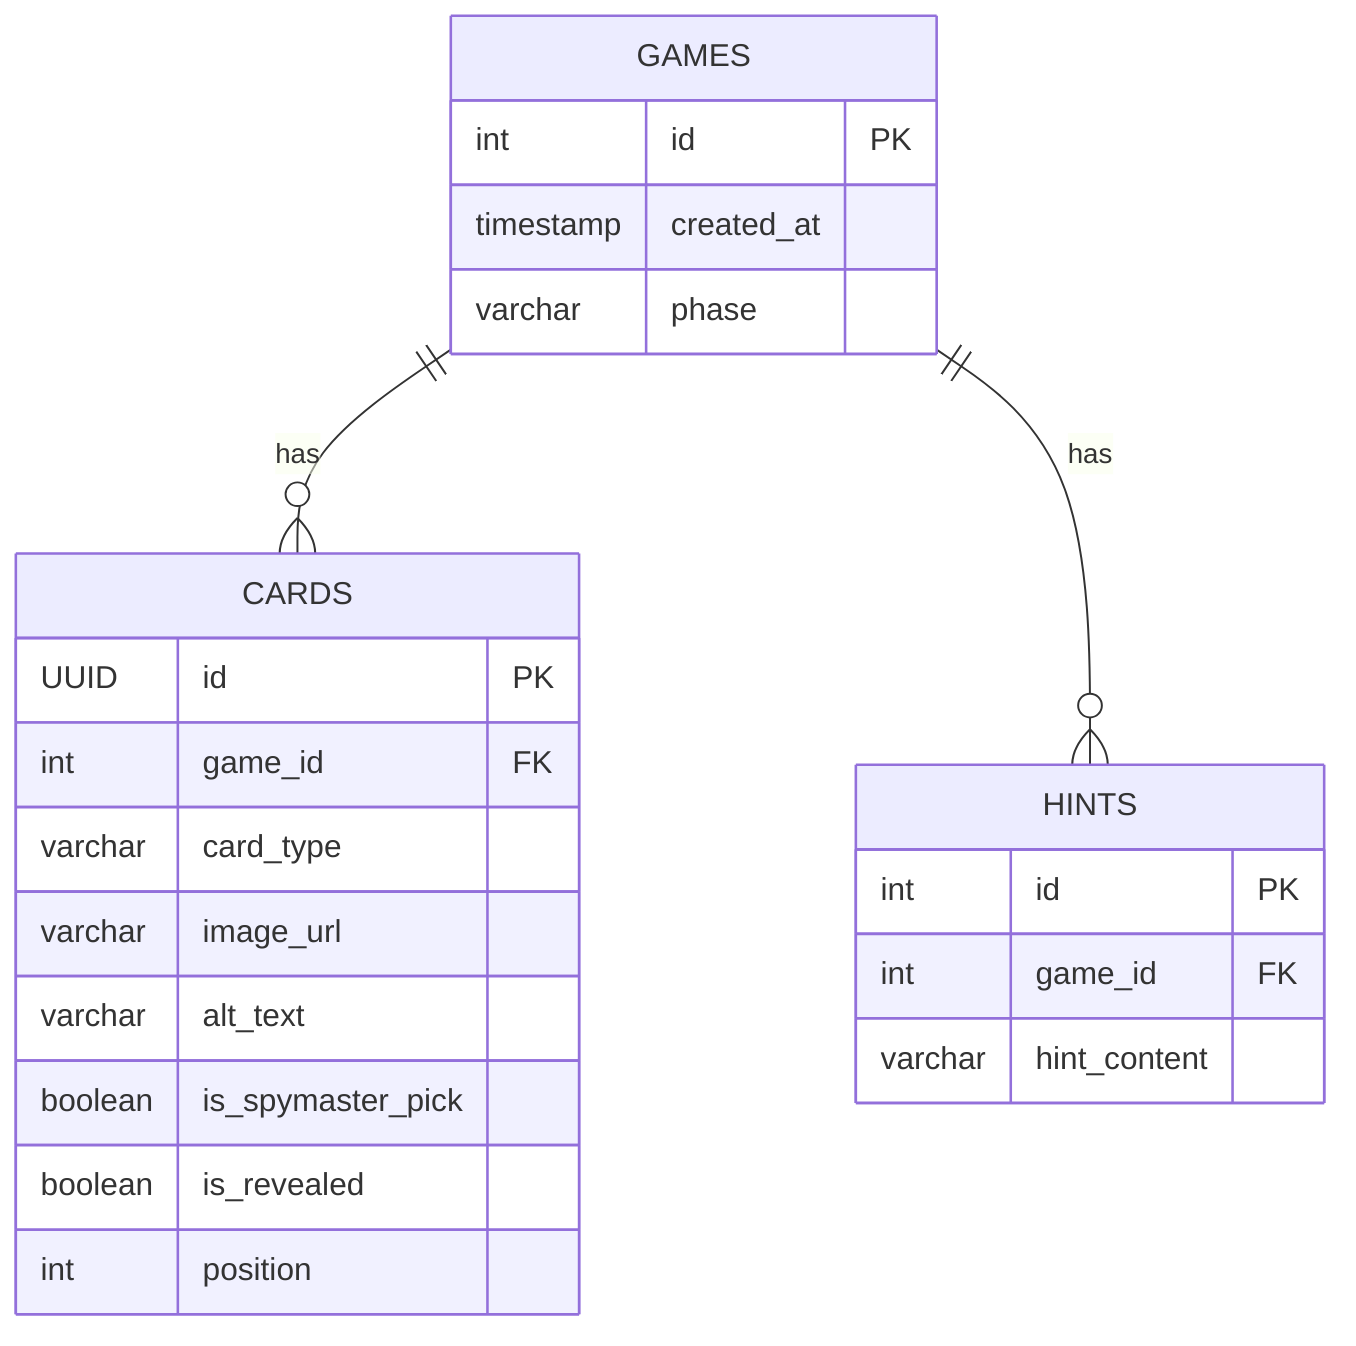
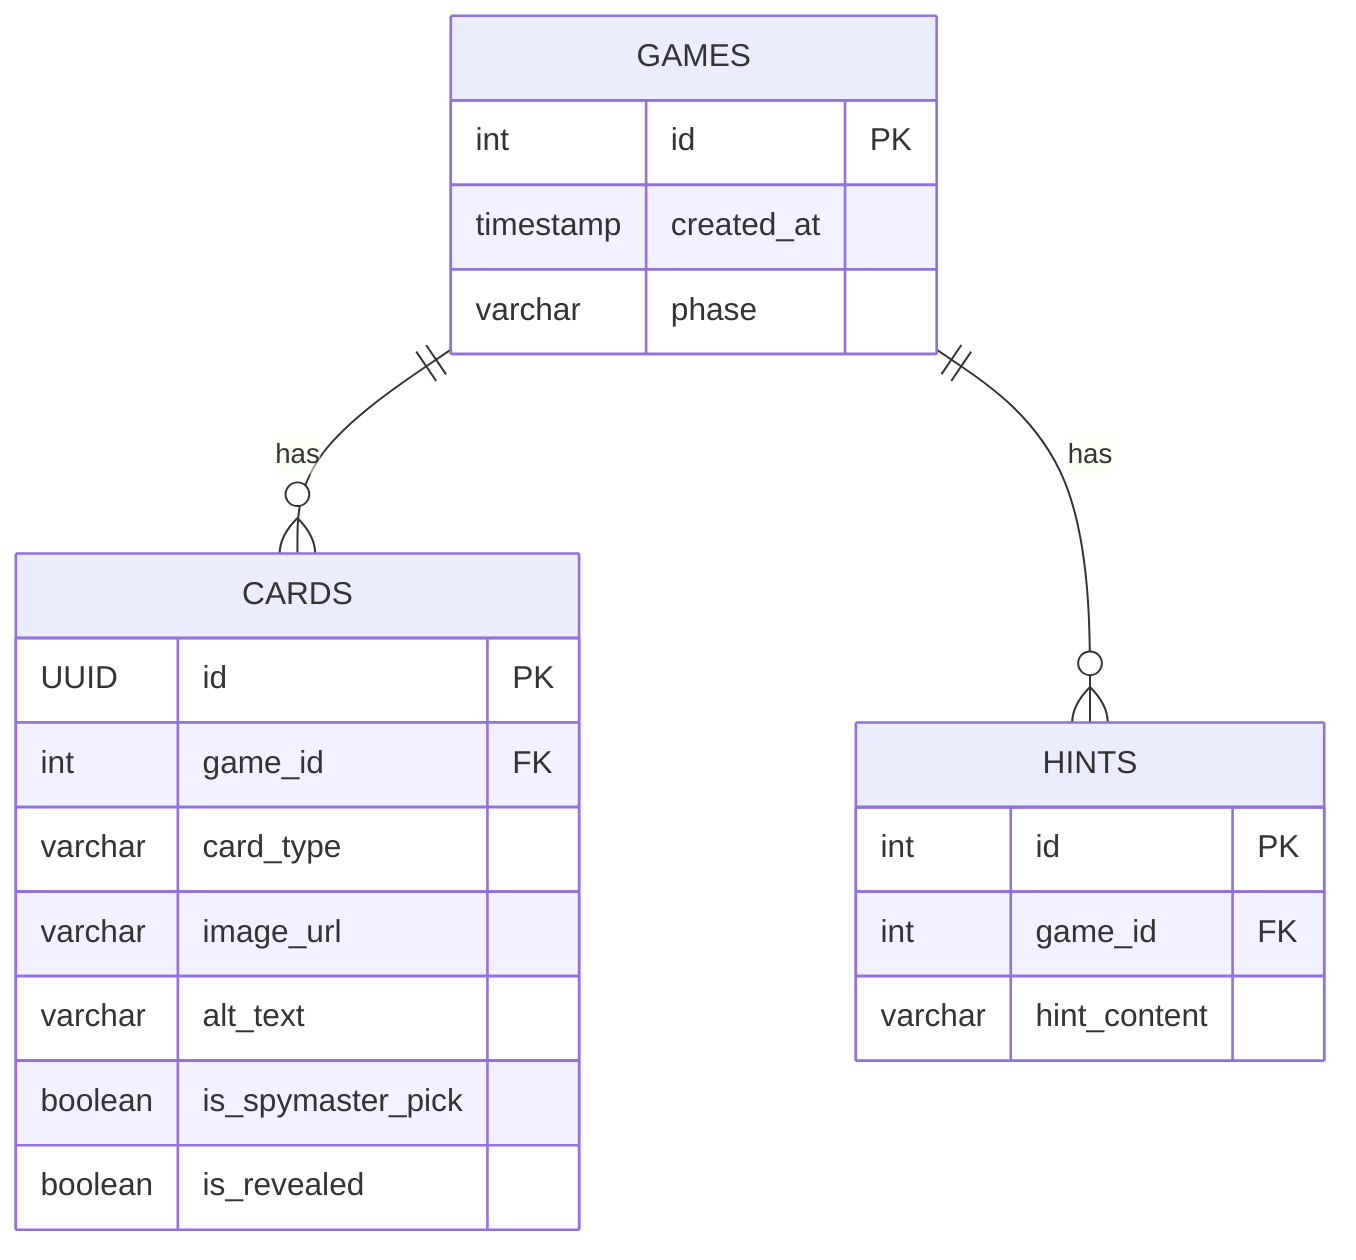
erDiagram
  GAMES ||--o{ CARDS : has
  GAMES ||--o{ HINTS : has

  GAMES {
    int id PK
    timestamp created_at
    varchar phase
  }

  CARDS {
    UUID id PK
    int game_id FK
    varchar card_type
    varchar image_url
    varchar alt_text
    boolean is_spymaster_pick
    boolean is_revealed
-     int position
  }

  HINTS {
    int id PK
    int game_id FK
    varchar hint_content
  }